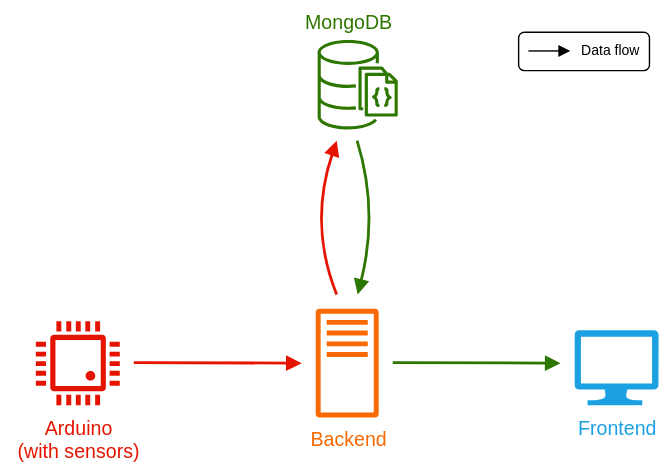
The draw.io diagram docs/data-flow-diagram.svg in gvnlm/aquarium-monitor, before a commit. Source tidied: cells renumbered, new cells last; positions are measured from the earlier drawing's top-left corner, leaving out a move shared by most shapes. Its diagram source:
```xml
<mxGraphModel>
  <root>
    <mxCell id="0" />
    <mxCell id="1" parent="0" />
    <mxCell id="2" style="rounded=1;whiteSpace=wrap;html=1;" parent="1" vertex="1">
      <mxGeometry x="370" y="22.5" width="93.5" height="27.5" as="geometry" />
    </mxCell>
    <mxCell id="3" style="sketch=0;fontColor=#ffffff;fillColor=none;strokeColor=#2D7600;verticalLabelPosition=bottom;verticalAlign=top;align=center;html=1;fontSize=12;fontStyle=0;shape=mxgraph.aws4.resourceIcon;resIcon=mxgraph.aws4.documentdb_with_mongodb_compatibility;strokeWidth=1;" parent="1" vertex="1">
      <mxGeometry x="215" y="20" width="80" height="80" as="geometry" />
    </mxCell>
    <mxCell id="4" style="shadow=0;dashed=0;html=1;strokeColor=none;fillColor=#e51400;labelPosition=center;verticalLabelPosition=bottom;verticalAlign=top;align=center;shape=mxgraph.veeam.cpu;fontColor=#ffffff;" parent="1" vertex="1">
      <mxGeometry x="25" y="229" width="60" height="60" as="geometry" />
    </mxCell>
    <mxCell id="5" style="sketch=0;fontColor=#000000;fillColor=#fa6800;strokeColor=none;dashed=0;verticalLabelPosition=bottom;verticalAlign=top;align=center;html=1;fontSize=12;fontStyle=0;shape=mxgraph.aws4.traditional_server;" parent="1" vertex="1">
      <mxGeometry x="225" y="220" width="45" height="78" as="geometry" />
    </mxCell>
    <mxCell id="6" style="verticalLabelPosition=bottom;html=1;verticalAlign=top;align=center;strokeColor=none;fillColor=#1ba1e2;shape=mxgraph.azure.computer;fontColor=#ffffff;" parent="1" vertex="1">
      <mxGeometry x="410" y="235.5" width="60" height="53.5" as="geometry" />
    </mxCell>
    <mxCell id="7" value="&lt;font style=&quot;font-size: 14px; color: light-dark(rgb(45, 118, 0), rgb(237, 237, 237));&quot;&gt;MongoDB&lt;/font&gt;" style="text;html=1;align=center;verticalAlign=middle;strokeColor=none;fillColor=none;" parent="1" vertex="1">
      <mxGeometry x="202.5" width="90" height="30" as="geometry" />
    </mxCell>
    <mxCell id="8" value="Arduino&lt;div&gt;(with sensors)&lt;/div&gt;" style="text;html=1;align=center;verticalAlign=middle;strokeColor=none;fillColor=none;fontColor=light-dark(#e51400, #ededed);fontSize=14;" parent="1" vertex="1">
      <mxGeometry y="288" width="110" height="50" as="geometry" />
    </mxCell>
    <mxCell id="9" value="&lt;font style=&quot;font-size: 14px; color: light-dark(rgb(27, 161, 226), rgb(237, 237, 237));&quot;&gt;Frontend&lt;/font&gt;" style="text;html=1;align=center;verticalAlign=middle;strokeColor=none;fillColor=none;" parent="1" vertex="1">
      <mxGeometry x="400" y="290" width="80" height="30" as="geometry" />
    </mxCell>
    <mxCell id="10" value="&lt;font style=&quot;font-size: 14px; color: light-dark(rgb(250, 104, 0), rgb(237, 237, 237));&quot;&gt;Backend&lt;/font&gt;" style="text;html=1;align=center;verticalAlign=middle;strokeColor=none;fillColor=none;" parent="1" vertex="1">
      <mxGeometry x="207.5" y="298" width="80" height="30" as="geometry" />
    </mxCell>
    <mxCell id="11" style="endArrow=block;html=1;rounded=0;endFill=1;curved=1;strokeColor=light-dark(#e51400, #ededed);strokeWidth=2;" parent="1" edge="1">
      <mxGeometry relative="1" as="geometry">
        <mxPoint x="240" y="210" as="sourcePoint" />
        <mxPoint x="240" y="100" as="targetPoint" />
        <Array as="points">
          <mxPoint x="220" y="160" />
        </Array>
      </mxGeometry>
    </mxCell>
    <mxCell id="12" style="endArrow=block;html=1;rounded=0;endFill=1;curved=1;fillColor=#6a00ff;strokeColor=light-dark(#2d7600, #efc0ff);strokeWidth=2;" parent="1" edge="1">
      <mxGeometry relative="1" as="geometry">
        <mxPoint x="254.6" y="100" as="sourcePoint" />
        <mxPoint x="255" y="210" as="targetPoint" />
        <Array as="points">
          <mxPoint x="270" y="150" />
        </Array>
      </mxGeometry>
    </mxCell>
    <mxCell id="13" style="endArrow=block;html=1;rounded=0;endFill=1;fillColor=#6a00ff;strokeColor=light-dark(#2d7600, #efc0ff);strokeWidth=2;" parent="1" edge="1">
      <mxGeometry relative="1" as="geometry">
        <mxPoint x="280" y="258.6" as="sourcePoint" />
        <mxPoint x="400" y="259" as="targetPoint" />
      </mxGeometry>
    </mxCell>
    <mxCell id="14" style="endArrow=block;html=1;rounded=0;endFill=1;fillColor=#e51400;strokeColor=light-dark(#e51400, #ffacac);strokeWidth=2;" parent="1" edge="1">
      <mxGeometry relative="1" as="geometry">
        <mxPoint x="95" y="258.6" as="sourcePoint" />
        <mxPoint x="215" y="259" as="targetPoint" />
      </mxGeometry>
    </mxCell>
    <mxCell id="15" style="endArrow=block;html=1;rounded=0;endFill=1;fillColor=#e51400;strokeColor=light-dark(#000000,#FFACAC);strokeWidth=1;" parent="1" edge="1">
      <mxGeometry relative="1" as="geometry">
        <mxPoint x="377" y="35.9" as="sourcePoint" />
        <mxPoint x="407" y="35.9" as="targetPoint" />
      </mxGeometry>
    </mxCell>
    <mxCell id="16" value="&lt;font style=&quot;font-size: 10px;&quot;&gt;Data flow&lt;/font&gt;" style="text;html=1;align=center;verticalAlign=middle;strokeColor=none;fillColor=none;" parent="1" vertex="1">
      <mxGeometry x="400" y="20" width="70" height="30" as="geometry" />
    </mxCell>
  </root>
</mxGraphModel>
```
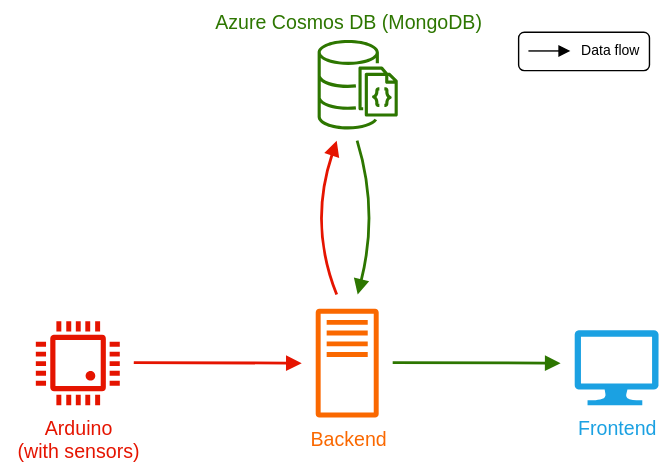
Above is the later version.

Commit message:
Update database label to Azure Cosmos DB in data flow diagram

Diff of the diagram source:
```diff
@@ -17,8 +17,8 @@
     <mxCell id="6" style="verticalLabelPosition=bottom;html=1;verticalAlign=top;align=center;strokeColor=none;fillColor=#1ba1e2;shape=mxgraph.azure.computer;fontColor=#ffffff;" parent="1" vertex="1">
       <mxGeometry x="410" y="235.5" width="60" height="53.5" as="geometry" />
     </mxCell>
-    <mxCell id="7" value="&lt;font style=&quot;font-size: 14px; color: light-dark(rgb(45, 118, 0), rgb(237, 237, 237));&quot;&gt;MongoDB&lt;/font&gt;" style="text;html=1;align=center;verticalAlign=middle;strokeColor=none;fillColor=none;" parent="1" vertex="1">
-      <mxGeometry x="202.5" width="90" height="30" as="geometry" />
+    <mxCell id="7" value="&lt;font style=&quot;font-size: 14px; color: light-dark(rgb(45, 118, 0), rgb(237, 237, 237));&quot;&gt;Azure Cosmos DB (MongoDB)&lt;/font&gt;" style="text;html=1;align=center;verticalAlign=middle;strokeColor=none;fillColor=none;" parent="1" vertex="1">
+      <mxGeometry x="142.5" width="210" height="30" as="geometry" />
     </mxCell>
     <mxCell id="8" value="Arduino&lt;div&gt;(with sensors)&lt;/div&gt;" style="text;html=1;align=center;verticalAlign=middle;strokeColor=none;fillColor=none;fontColor=light-dark(#e51400, #ededed);fontSize=14;" parent="1" vertex="1">
       <mxGeometry y="288" width="110" height="50" as="geometry" />
```
